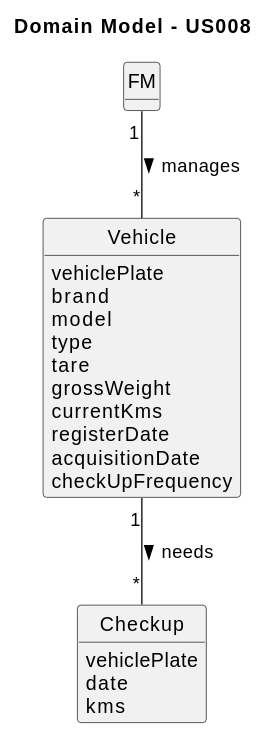
Above: docs/sprintB/us008/02.analysis/svg/us008-domain-model.svg in Departamento-de-Engenharia-Informatica/lei-24-s2-1dm-g132 (PlantUML), before the change.
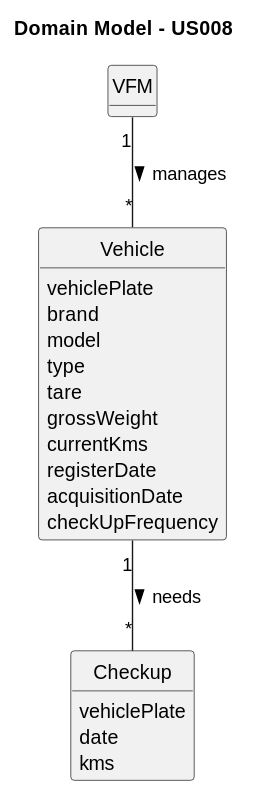
The same diagram one commit later.

What changed in the source:
```diff
@@ -25,7 +25,7 @@
     checkUpFrequency
 }
 
-class FM {
+class VFM {
 }
 
 class Checkup {
@@ -34,6 +34,6 @@
     kms
 }
 
-FM "1" -- "*" Vehicle : manages >
+VFM "1" -- "*" Vehicle : manages >
 Vehicle "1" -- "*" Checkup : needs >
 @enduml
```
